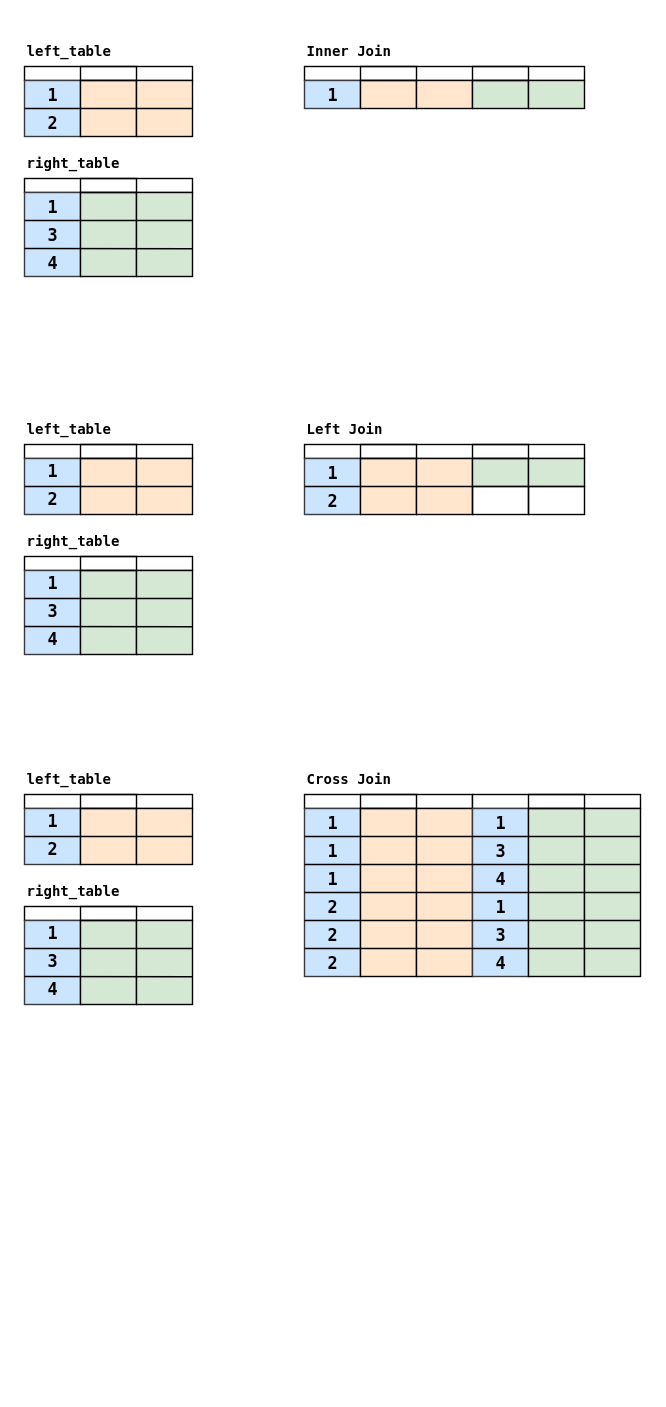
Above: docs/documentation-diagrams-source.drawio in mabel-dev/opteryx (draw.io), before the change. Source tidied: cells renumbered, new cells numbered last; positions are measured from the earlier drawing's top-left corner, leaving out a move shared by most shapes. Both pictures are drawn from the tidied source at 140%, with x=0, y=0 at pixel (24, 24).
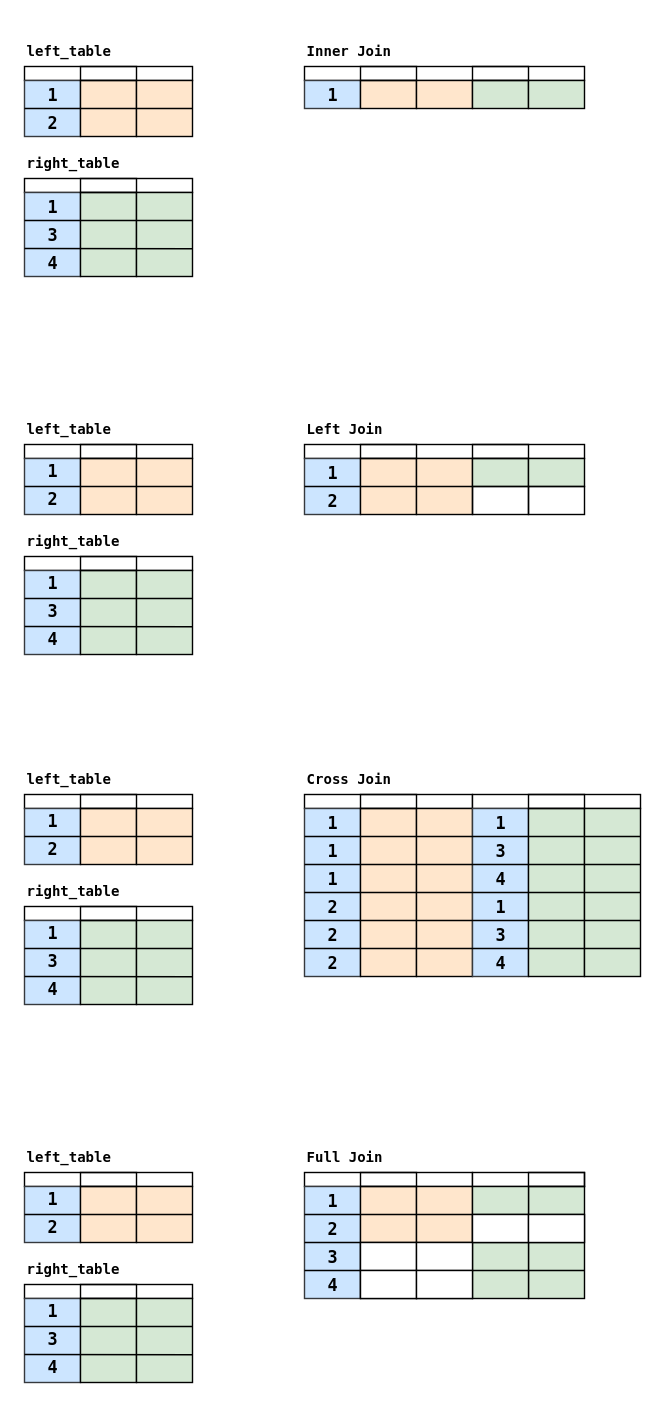
After the change.

Diff of the diagram source:
```diff
@@
+    <mxCell id="114" style="rounded=0;whiteSpace=wrap;html=1;fontFamily=Lucida Console;fontSize=6;strokeColor=#000000;strokeWidth=1;fillColor=default;gradientColor=none;" parent="1" vertex="1">
+      <mxGeometry y="820" width="120" height="10" as="geometry" />
+    </mxCell>
+    <mxCell id="115" style="rounded=0;whiteSpace=wrap;html=1;fontFamily=Lucida Console;fontSize=6;strokeColor=#36393d;strokeWidth=1;fillColor=#cce5ff;" parent="1" vertex="1">
+      <mxGeometry y="830" width="40" height="40" as="geometry" />
+    </mxCell>
+    <mxCell id="116" style="rounded=0;whiteSpace=wrap;html=1;fontFamily=Lucida Console;fontSize=6;strokeColor=#000000;strokeWidth=1;fillColor=#ffe6cc;" parent="1" vertex="1">
+      <mxGeometry x="40" y="830" width="40" height="40" as="geometry" />
+    </mxCell>
+    <mxCell id="117" style="rounded=0;whiteSpace=wrap;html=1;fontFamily=Lucida Console;fontSize=6;strokeColor=#000000;strokeWidth=1;fillColor=#ffe6cc;" parent="1" vertex="1">
+      <mxGeometry x="80" y="830" width="40" height="40" as="geometry" />
+    </mxCell>
+    <mxCell id="118" style="endArrow=none;html=1;rounded=0;fontFamily=Lucida Console;fontSize=6;entryX=1;entryY=0.5;entryDx=0;entryDy=0;exitX=0;exitY=0.5;exitDx=0;exitDy=0;startArrow=none;" parent="1" edge="1" source="115" target="117">
+      <mxGeometry relative="1" as="geometry" />
+    </mxCell>
+    <mxCell id="119" value="1" style="text;strokeColor=none;fillColor=none;html=1;fontSize=12;fontStyle=1;verticalAlign=middle;align=center;fontFamily=Lucida Console;" parent="1" vertex="1">
+      <mxGeometry y="830" width="40" height="20" as="geometry" />
+    </mxCell>
+    <mxCell id="120" value="2" style="text;strokeColor=none;fillColor=none;html=1;fontSize=12;fontStyle=1;verticalAlign=middle;align=center;fontFamily=Lucida Console;" parent="1" vertex="1">
+      <mxGeometry y="850" width="40" height="20" as="geometry" />
+    </mxCell>
+    <mxCell id="121" style="rounded=0;whiteSpace=wrap;html=1;fontFamily=Lucida Console;fontSize=6;strokeColor=#000000;strokeWidth=1;fillColor=none;" parent="1" vertex="1">
+      <mxGeometry x="40" y="820" width="40" height="10" as="geometry" />
+    </mxCell>
+    <mxCell id="122" style="rounded=0;whiteSpace=wrap;html=1;fontFamily=Lucida Console;fontSize=6;strokeColor=#000000;strokeWidth=1;fillColor=default;gradientColor=none;" parent="1" vertex="1">
+      <mxGeometry y="900" width="120" height="10" as="geometry" />
+    </mxCell>
+    <mxCell id="123" style="rounded=0;whiteSpace=wrap;html=1;fontFamily=Lucida Console;fontSize=6;strokeColor=#36393d;strokeWidth=1;fillColor=#cce5ff;" parent="1" vertex="1">
+      <mxGeometry y="910" width="40" height="60" as="geometry" />
+    </mxCell>
+    <mxCell id="124" style="rounded=0;whiteSpace=wrap;html=1;fontFamily=Lucida Console;fontSize=6;strokeColor=#000000;strokeWidth=1;fillColor=#d5e8d4;" parent="1" vertex="1">
+      <mxGeometry x="40" y="910" width="40" height="60" as="geometry" />
+    </mxCell>
+    <mxCell id="125" style="rounded=0;whiteSpace=wrap;html=1;fontFamily=Lucida Console;fontSize=6;strokeColor=#000000;strokeWidth=1;fillColor=#d5e8d4;" parent="1" vertex="1">
+      <mxGeometry x="80" y="910" width="40" height="60" as="geometry" />
+    </mxCell>
+    <mxCell id="126" style="endArrow=none;html=1;rounded=0;fontFamily=Lucida Console;fontSize=6;exitX=0;exitY=0;exitDx=0;exitDy=0;startArrow=none;entryX=1;entryY=0.669;entryDx=0;entryDy=0;entryPerimeter=0;" parent="1" edge="1" source="130" target="125">
+      <mxGeometry relative="1" as="geometry" />
+    </mxCell>
+    <mxCell id="127" value="1" style="text;strokeColor=none;fillColor=none;html=1;fontSize=12;fontStyle=1;verticalAlign=middle;align=center;fontFamily=Lucida Console;" parent="1" vertex="1">
+      <mxGeometry y="910" width="40" height="20" as="geometry" />
+    </mxCell>
+    <mxCell id="128" value="3" style="text;strokeColor=none;fillColor=none;html=1;fontSize=12;fontStyle=1;verticalAlign=middle;align=center;fontFamily=Lucida Console;" parent="1" vertex="1">
+      <mxGeometry y="930" width="40" height="20" as="geometry" />
+    </mxCell>
+    <mxCell id="129" style="rounded=0;whiteSpace=wrap;html=1;fontFamily=Lucida Console;fontSize=6;strokeColor=#000000;strokeWidth=1;fillColor=none;" parent="1" vertex="1">
+      <mxGeometry x="40" y="900" width="40" height="10" as="geometry" />
+    </mxCell>
+    <mxCell id="130" value="4" style="text;strokeColor=none;fillColor=none;html=1;fontSize=12;fontStyle=1;verticalAlign=middle;align=center;fontFamily=Lucida Console;" parent="1" vertex="1">
+      <mxGeometry y="950" width="40" height="20" as="geometry" />
+    </mxCell>
+    <mxCell id="131" style="endArrow=none;html=1;rounded=0;fontFamily=Lucida Console;fontSize=6;exitX=0;exitY=0;exitDx=0;exitDy=0;startArrow=none;" parent="1" edge="1" source="128">
+      <mxGeometry relative="1" as="geometry">
+        <mxPoint x="120" y="930" as="targetPoint" />
+      </mxGeometry>
+    </mxCell>
+    <mxCell id="132" value="&lt;font style=&quot;font-size: 10px;&quot;&gt;left_table&lt;/font&gt;" style="text;strokeColor=none;fillColor=none;html=1;fontSize=24;fontStyle=1;verticalAlign=middle;align=left;fontFamily=Lucida Console;" parent="1" vertex="1">
+      <mxGeometry y="790" width="100" height="30" as="geometry" />
+    </mxCell>
+    <mxCell id="133" value="&lt;font style=&quot;font-size: 10px;&quot;&gt;right_table&lt;/font&gt;" style="text;strokeColor=none;fillColor=none;html=1;fontSize=24;fontStyle=1;verticalAlign=middle;align=left;fontFamily=Lucida Console;" parent="1" vertex="1">
+      <mxGeometry y="870" width="100" height="30" as="geometry" />
+    </mxCell>
+    <mxCell id="134" style="rounded=0;whiteSpace=wrap;html=1;fontFamily=Lucida Console;fontSize=6;strokeColor=#000000;strokeWidth=1;fillColor=default;gradientColor=none;" parent="1" vertex="1">
+      <mxGeometry x="200" y="820" width="120" height="10" as="geometry" />
+    </mxCell>
+    <mxCell id="135" style="rounded=0;whiteSpace=wrap;html=1;fontFamily=Lucida Console;fontSize=6;strokeColor=#36393d;strokeWidth=1;fillColor=#cce5ff;" parent="1" vertex="1">
+      <mxGeometry x="200" y="830" width="40" height="80" as="geometry" />
+    </mxCell>
+    <mxCell id="136" style="rounded=0;whiteSpace=wrap;html=1;fontFamily=Lucida Console;fontSize=6;strokeColor=#000000;strokeWidth=1;fillColor=#ffe6cc;" parent="1" vertex="1">
+      <mxGeometry x="240" y="830" width="40" height="80" as="geometry" />
+    </mxCell>
+    <mxCell id="137" style="rounded=0;whiteSpace=wrap;html=1;fontFamily=Lucida Console;fontSize=6;strokeColor=#000000;strokeWidth=1;fillColor=#ffe6cc;" parent="1" vertex="1">
+      <mxGeometry x="280" y="830" width="40" height="80" as="geometry" />
+    </mxCell>
+    <mxCell id="138" value="1" style="text;strokeColor=none;fillColor=none;html=1;fontSize=12;fontStyle=1;verticalAlign=bottom;align=center;fontFamily=Lucida Console;" parent="1" vertex="1">
+      <mxGeometry x="200" y="830" width="40" height="20" as="geometry" />
+    </mxCell>
+    <mxCell id="139" style="rounded=0;whiteSpace=wrap;html=1;fontFamily=Lucida Console;fontSize=6;strokeColor=#000000;strokeWidth=1;fillColor=none;" parent="1" vertex="1">
+      <mxGeometry x="240" y="820" width="40" height="10" as="geometry" />
+    </mxCell>
+    <mxCell id="140" value="&lt;font style=&quot;font-size: 10px;&quot;&gt;Full Join&lt;/font&gt;" style="text;strokeColor=none;fillColor=none;html=1;fontSize=24;fontStyle=1;verticalAlign=middle;align=left;fontFamily=Lucida Console;" parent="1" vertex="1">
+      <mxGeometry x="200" y="790" width="100" height="30" as="geometry" />
+    </mxCell>
+    <mxCell id="141" value="2" style="text;strokeColor=none;fillColor=none;html=1;fontSize=12;fontStyle=1;verticalAlign=bottom;align=center;fontFamily=Lucida Console;" parent="1" vertex="1">
+      <mxGeometry x="200" y="850" width="40" height="20" as="geometry" />
+    </mxCell>
+    <mxCell id="142" style="rounded=0;whiteSpace=wrap;html=1;fontFamily=Lucida Console;fontSize=6;strokeColor=#000000;strokeWidth=1;fillColor=default;gradientColor=none;" parent="1" vertex="1">
+      <mxGeometry x="320" y="820" width="80" height="10" as="geometry" />
+    </mxCell>
+    <mxCell id="143" style="rounded=0;whiteSpace=wrap;html=1;fontFamily=Lucida Console;fontSize=6;strokeColor=#000000;strokeWidth=1;fillColor=#d5e8d4;" parent="1" vertex="1">
+      <mxGeometry x="360" y="830" width="40" height="80" as="geometry" />
+    </mxCell>
+    <mxCell id="144" style="rounded=0;whiteSpace=wrap;html=1;fontFamily=Lucida Console;fontSize=6;strokeColor=#000000;strokeWidth=1;fillColor=#d5e8d4;" parent="1" vertex="1">
+      <mxGeometry x="320" y="830" width="40" height="80" as="geometry" />
+    </mxCell>
+    <mxCell id="145" style="endArrow=none;html=1;rounded=0;fontFamily=Lucida Console;fontSize=6;startArrow=none;" parent="1" edge="1">
+      <mxGeometry relative="1" as="geometry">
+        <mxPoint x="200" y="870" as="sourcePoint" />
+        <mxPoint x="400" y="870" as="targetPoint" />
+      </mxGeometry>
+    </mxCell>
+    <mxCell id="146" style="endArrow=none;html=1;rounded=0;fontFamily=Lucida Console;fontSize=6;startArrow=none;" parent="1" edge="1">
+      <mxGeometry relative="1" as="geometry">
+        <mxPoint x="200" y="890" as="sourcePoint" />
+        <mxPoint x="400" y="890" as="targetPoint" />
+      </mxGeometry>
+    </mxCell>
+    <mxCell id="147" style="endArrow=none;html=1;rounded=0;fontFamily=Lucida Console;fontSize=6;startArrow=none;" parent="1" edge="1">
+      <mxGeometry relative="1" as="geometry">
+        <mxPoint x="200" y="850" as="sourcePoint" />
+        <mxPoint x="400" y="850" as="targetPoint" />
+      </mxGeometry>
+    </mxCell>
+    <mxCell id="148" value="3" style="text;strokeColor=none;fillColor=none;html=1;fontSize=12;fontStyle=1;verticalAlign=bottom;align=center;fontFamily=Lucida Console;" parent="1" vertex="1">
+      <mxGeometry x="200" y="870" width="40" height="20" as="geometry" />
+    </mxCell>
+    <mxCell id="149" value="4" style="text;strokeColor=none;fillColor=none;html=1;fontSize=12;fontStyle=1;verticalAlign=bottom;align=center;fontFamily=Lucida Console;" parent="1" vertex="1">
+      <mxGeometry x="200" y="890" width="40" height="20" as="geometry" />
+    </mxCell>
+    <mxCell id="150" style="rounded=0;whiteSpace=wrap;html=1;fontFamily=Lucida Console;fontSize=6;strokeColor=#000000;strokeWidth=1;fillColor=none;" parent="1" vertex="1">
+      <mxGeometry x="360" y="820" width="40" height="10" as="geometry" />
+    </mxCell>
+    <mxCell id="151" style="rounded=0;whiteSpace=wrap;html=1;fontFamily=Lucida Console;fontSize=6;strokeColor=#000000;strokeWidth=1;fillColor=default;" parent="1" vertex="1">
+      <mxGeometry x="240" y="870" width="40" height="20" as="geometry" />
+    </mxCell>
+    <mxCell id="152" style="rounded=0;whiteSpace=wrap;html=1;fontFamily=Lucida Console;fontSize=6;strokeColor=#000000;strokeWidth=1;fillColor=default;" parent="1" vertex="1">
+      <mxGeometry x="280" y="870" width="40" height="20" as="geometry" />
+    </mxCell>
+    <mxCell id="153" style="rounded=0;whiteSpace=wrap;html=1;fontFamily=Lucida Console;fontSize=6;strokeColor=#000000;strokeWidth=1;fillColor=default;" parent="1" vertex="1">
+      <mxGeometry x="240" y="890" width="40" height="20" as="geometry" />
+    </mxCell>
+    <mxCell id="154" style="rounded=0;whiteSpace=wrap;html=1;fontFamily=Lucida Console;fontSize=6;strokeColor=#000000;strokeWidth=1;fillColor=default;" parent="1" vertex="1">
+      <mxGeometry x="280" y="890" width="40" height="20" as="geometry" />
+    </mxCell>
+    <mxCell id="155" style="rounded=0;whiteSpace=wrap;html=1;fontFamily=Lucida Console;fontSize=6;strokeColor=#000000;strokeWidth=1;fillColor=default;" parent="1" vertex="1">
+      <mxGeometry x="320" y="850" width="40" height="20" as="geometry" />
+    </mxCell>
+    <mxCell id="156" style="rounded=0;whiteSpace=wrap;html=1;fontFamily=Lucida Console;fontSize=6;strokeColor=#000000;strokeWidth=1;fillColor=default;" parent="1" vertex="1">
+      <mxGeometry x="360" y="850" width="40" height="20" as="geometry" />
+    </mxCell>
```
